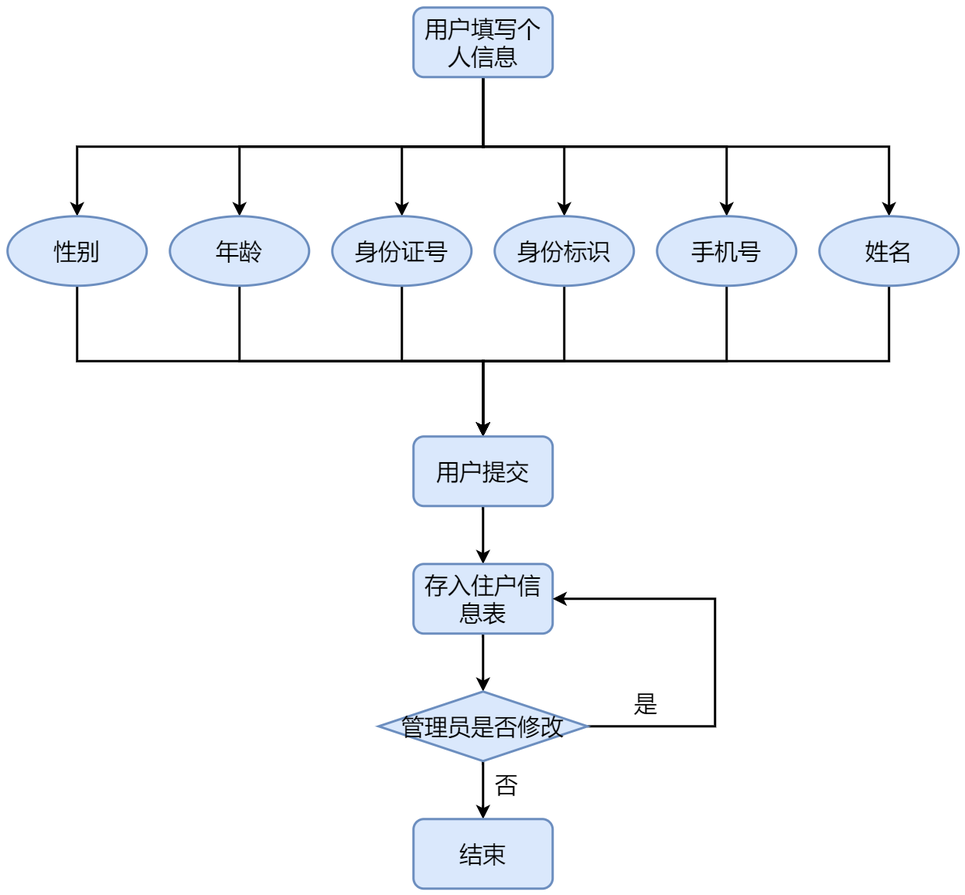
AndSonder/smart-hotel-database keeps this draw.io diagram as docs/src/个人信息.png. Above is the earlier version. Source tidied: cells renumbered, new cells last; positions are measured from the earlier drawing's top-left corner, leaving out a move shared by most shapes.
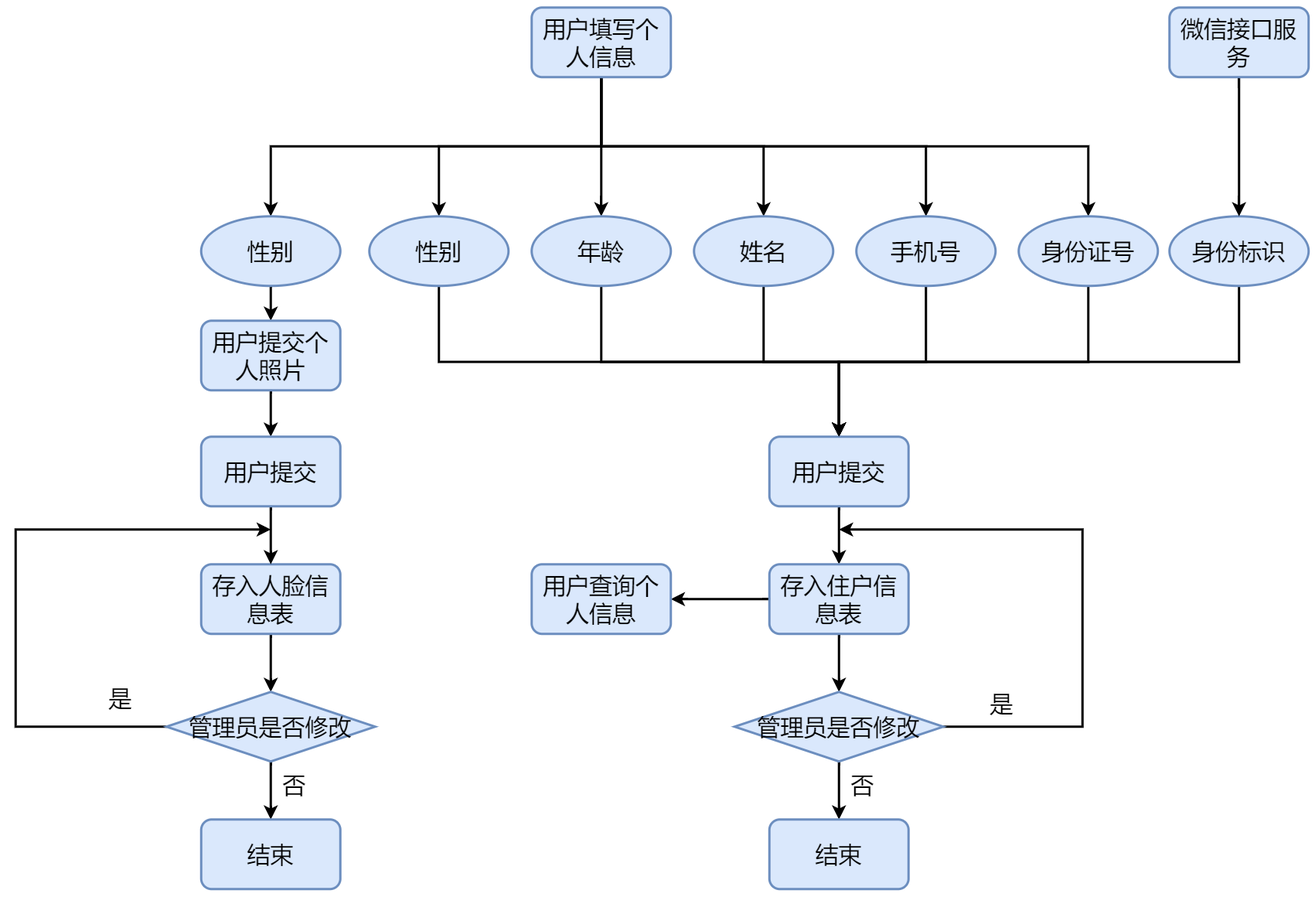
Later version of the same file.

The edit, as a diff of the source:
```diff
@@ -5,9 +5,6 @@
     <mxCell id="2" style="edgeStyle=elbowEdgeStyle;rounded=0;jettySize=auto;elbow=vertical;html=1;exitX=0.5;exitY=1;exitDx=0;exitDy=0;strokeWidth=2;fontSize=20;" parent="1" edge="1" source="8" target="16">
       <mxGeometry relative="1" as="geometry" />
     </mxCell>
-    <mxCell id="3" style="edgeStyle=elbowEdgeStyle;rounded=0;jettySize=auto;elbow=vertical;html=1;exitX=0.5;exitY=1;exitDx=0;exitDy=0;strokeWidth=2;fontSize=20;" parent="1" edge="1" source="8" target="20">
-      <mxGeometry relative="1" as="geometry" />
-    </mxCell>
     <mxCell id="4" style="edgeStyle=elbowEdgeStyle;rounded=0;jettySize=auto;elbow=vertical;html=1;exitX=0.5;exitY=1;exitDx=0;exitDy=0;strokeWidth=2;fontSize=20;" parent="1" edge="1" source="8" target="18">
       <mxGeometry relative="1" as="geometry" />
     </mxCell>
@@ -20,79 +17,143 @@
     <mxCell id="7" style="edgeStyle=elbowEdgeStyle;rounded=0;jettySize=auto;elbow=vertical;html=1;exitX=0.5;exitY=1;exitDx=0;exitDy=0;entryX=0.5;entryY=0;entryDx=0;entryDy=0;strokeWidth=2;fontSize=20;" parent="1" edge="1" source="8" target="12">
       <mxGeometry relative="1" as="geometry" />
     </mxCell>
+    <mxCell id="31" style="edgeStyle=elbowEdgeStyle;rounded=0;jettySize=auto;html=1;exitX=0.5;exitY=1;exitDx=0;exitDy=0;fontSize=20;strokeWidth=2;elbow=vertical;entryX=0.5;entryY=0;entryDx=0;entryDy=0;" parent="1" edge="1" source="8" target="38">
+      <mxGeometry relative="1" as="geometry" />
+    </mxCell>
     <mxCell id="8" value="用户填写个人信息" style="rounded=1;whiteSpace=wrap;html=1;fillColor=#dae8fc;strokeColor=#6c8ebf;strokeWidth=2;fontSize=20;" parent="1" vertex="1">
-      <mxGeometry x="350" width="120" height="60" as="geometry" />
+      <mxGeometry x="775" y="180" width="120" height="60" as="geometry" />
     </mxCell>
     <mxCell id="9" style="edgeStyle=elbowEdgeStyle;rounded=0;jettySize=auto;elbow=vertical;html=1;exitX=0.5;exitY=1;exitDx=0;exitDy=0;entryX=0.5;entryY=0;entryDx=0;entryDy=0;strokeWidth=2;fontSize=20;" parent="1" edge="1" source="10" target="22">
       <mxGeometry relative="1" as="geometry" />
     </mxCell>
-    <mxCell id="10" value="&lt;font style=&quot;vertical-align: inherit; font-size: 20px;&quot;&gt;&lt;font style=&quot;vertical-align: inherit; font-size: 20px;&quot;&gt;&lt;font style=&quot;vertical-align: inherit; font-size: 20px;&quot;&gt;&lt;font style=&quot;vertical-align: inherit; font-size: 20px;&quot;&gt;姓名&lt;/font&gt;&lt;/font&gt;&lt;/font&gt;&lt;/font&gt;" style="ellipse;whiteSpace=wrap;html=1;fontSize=20;strokeWidth=2;fillColor=#dae8fc;strokeColor=#6c8ebf;" parent="1" vertex="1">
-      <mxGeometry x="700" y="180" width="120" height="60" as="geometry" />
+    <mxCell id="10" value="身份证号" style="ellipse;whiteSpace=wrap;html=1;fontSize=20;strokeWidth=2;fillColor=#dae8fc;strokeColor=#6c8ebf;" parent="1" vertex="1">
+      <mxGeometry x="1195" y="360" width="120" height="60" as="geometry" />
     </mxCell>
     <mxCell id="11" style="edgeStyle=elbowEdgeStyle;rounded=0;jettySize=auto;elbow=vertical;html=1;exitX=0.5;exitY=1;exitDx=0;exitDy=0;strokeWidth=2;fontSize=20;" parent="1" edge="1" source="12" target="22">
       <mxGeometry relative="1" as="geometry" />
     </mxCell>
     <mxCell id="12" value="&lt;font style=&quot;vertical-align: inherit; font-size: 20px;&quot;&gt;&lt;font style=&quot;vertical-align: inherit; font-size: 20px;&quot;&gt;&lt;font style=&quot;vertical-align: inherit; font-size: 20px;&quot;&gt;&lt;font style=&quot;vertical-align: inherit; font-size: 20px;&quot;&gt;性别&lt;/font&gt;&lt;/font&gt;&lt;/font&gt;&lt;/font&gt;" style="ellipse;whiteSpace=wrap;html=1;fontSize=20;strokeWidth=2;fillColor=#dae8fc;strokeColor=#6c8ebf;" parent="1" vertex="1">
-      <mxGeometry y="180" width="120" height="60" as="geometry" />
+      <mxGeometry x="635" y="360" width="120" height="60" as="geometry" />
     </mxCell>
     <mxCell id="13" style="edgeStyle=elbowEdgeStyle;rounded=0;jettySize=auto;elbow=vertical;html=1;exitX=0.5;exitY=1;exitDx=0;exitDy=0;entryX=0.5;entryY=0;entryDx=0;entryDy=0;strokeWidth=2;fontSize=20;" parent="1" edge="1" source="14" target="22">
       <mxGeometry relative="1" as="geometry" />
     </mxCell>
     <mxCell id="14" value="&lt;font style=&quot;vertical-align: inherit; font-size: 20px;&quot;&gt;&lt;font style=&quot;vertical-align: inherit; font-size: 20px;&quot;&gt;年龄&lt;/font&gt;&lt;/font&gt;" style="ellipse;whiteSpace=wrap;html=1;fontSize=20;strokeWidth=2;fillColor=#dae8fc;strokeColor=#6c8ebf;" parent="1" vertex="1">
-      <mxGeometry x="140" y="180" width="120" height="60" as="geometry" />
+      <mxGeometry x="775" y="360" width="120" height="60" as="geometry" />
     </mxCell>
     <mxCell id="15" style="edgeStyle=elbowEdgeStyle;rounded=0;jettySize=auto;elbow=vertical;html=1;exitX=0.5;exitY=1;exitDx=0;exitDy=0;strokeWidth=2;fontSize=20;" parent="1" edge="1" source="16" target="22">
       <mxGeometry relative="1" as="geometry" />
     </mxCell>
-    <mxCell id="16" value="&lt;font style=&quot;vertical-align: inherit; font-size: 20px;&quot;&gt;&lt;font style=&quot;vertical-align: inherit; font-size: 20px;&quot;&gt;&lt;font style=&quot;vertical-align: inherit; font-size: 20px;&quot;&gt;&lt;font style=&quot;vertical-align: inherit; font-size: 20px;&quot;&gt;&lt;font style=&quot;vertical-align: inherit; font-size: 20px;&quot;&gt;&lt;font style=&quot;vertical-align: inherit; font-size: 20px;&quot;&gt;身份证号&lt;/font&gt;&lt;/font&gt;&lt;/font&gt;&lt;/font&gt;&lt;/font&gt;&lt;/font&gt;" style="ellipse;whiteSpace=wrap;html=1;fontSize=20;strokeWidth=2;fillColor=#dae8fc;strokeColor=#6c8ebf;" parent="1" vertex="1">
-      <mxGeometry x="280" y="180" width="120" height="60" as="geometry" />
+    <mxCell id="16" value="姓名" style="ellipse;whiteSpace=wrap;html=1;fontSize=20;strokeWidth=2;fillColor=#dae8fc;strokeColor=#6c8ebf;" parent="1" vertex="1">
+      <mxGeometry x="915" y="360" width="120" height="60" as="geometry" />
     </mxCell>
     <mxCell id="17" style="edgeStyle=elbowEdgeStyle;rounded=0;jettySize=auto;elbow=vertical;html=1;exitX=0.5;exitY=1;exitDx=0;exitDy=0;entryX=0.5;entryY=0;entryDx=0;entryDy=0;strokeWidth=2;fontSize=20;" parent="1" edge="1" source="18" target="22">
       <mxGeometry relative="1" as="geometry" />
     </mxCell>
     <mxCell id="18" value="&lt;font style=&quot;vertical-align: inherit; font-size: 20px;&quot;&gt;&lt;font style=&quot;vertical-align: inherit; font-size: 20px;&quot;&gt;&lt;font style=&quot;vertical-align: inherit; font-size: 20px;&quot;&gt;&lt;font style=&quot;vertical-align: inherit; font-size: 20px;&quot;&gt;&lt;font style=&quot;vertical-align: inherit; font-size: 20px;&quot;&gt;&lt;font style=&quot;vertical-align: inherit; font-size: 20px;&quot;&gt;手机号&lt;/font&gt;&lt;/font&gt;&lt;/font&gt;&lt;/font&gt;&lt;/font&gt;&lt;/font&gt;" style="ellipse;whiteSpace=wrap;html=1;fontSize=20;strokeWidth=2;fillColor=#dae8fc;strokeColor=#6c8ebf;" parent="1" vertex="1">
-      <mxGeometry x="560" y="180" width="120" height="60" as="geometry" />
+      <mxGeometry x="1055" y="360" width="120" height="60" as="geometry" />
     </mxCell>
-    <mxCell id="19" style="edgeStyle=elbowEdgeStyle;rounded=0;jettySize=auto;elbow=vertical;html=1;exitX=0.5;exitY=1;exitDx=0;exitDy=0;entryX=0.5;entryY=0;entryDx=0;entryDy=0;strokeWidth=2;fontSize=20;" parent="1" edge="1" source="20" target="22">
-      <mxGeometry relative="1" as="geometry" />
-    </mxCell>
-    <mxCell id="20" value="&lt;font style=&quot;vertical-align: inherit; font-size: 20px;&quot;&gt;&lt;font style=&quot;vertical-align: inherit; font-size: 20px;&quot;&gt;身份标识&lt;/font&gt;&lt;/font&gt;" style="ellipse;whiteSpace=wrap;html=1;fontSize=20;strokeWidth=2;fillColor=#dae8fc;strokeColor=#6c8ebf;" parent="1" vertex="1">
-      <mxGeometry x="420" y="180" width="120" height="60" as="geometry" />
-    </mxCell>
     <mxCell id="21" style="edgeStyle=elbowEdgeStyle;rounded=0;jettySize=auto;elbow=vertical;html=1;exitX=0.5;exitY=1;exitDx=0;exitDy=0;strokeWidth=2;fontSize=20;" parent="1" edge="1" source="22" target="24">
       <mxGeometry relative="1" as="geometry" />
     </mxCell>
     <mxCell id="22" value="用户提交" style="rounded=1;whiteSpace=wrap;html=1;fillColor=#dae8fc;strokeColor=#6c8ebf;strokeWidth=2;fontSize=20;" parent="1" vertex="1">
-      <mxGeometry x="350" y="370" width="120" height="60" as="geometry" />
+      <mxGeometry x="980" y="550" width="120" height="60" as="geometry" />
     </mxCell>
     <mxCell id="23" style="edgeStyle=elbowEdgeStyle;rounded=0;jettySize=auto;elbow=vertical;html=1;exitX=0.5;exitY=1;exitDx=0;exitDy=0;entryX=0.5;entryY=0;entryDx=0;entryDy=0;strokeWidth=2;fontSize=20;" parent="1" edge="1" source="24" target="27">
       <mxGeometry relative="1" as="geometry" />
     </mxCell>
+    <mxCell id="32" style="edgeStyle=elbowEdgeStyle;rounded=0;jettySize=auto;html=1;exitX=0;exitY=0.5;exitDx=0;exitDy=0;entryX=1;entryY=0.5;entryDx=0;entryDy=0;fontSize=20;strokeWidth=2;" parent="1" edge="1" source="24" target="36">
+      <mxGeometry relative="1" as="geometry" />
+    </mxCell>
     <mxCell id="24" value="存入住户信息表" style="rounded=1;whiteSpace=wrap;html=1;fillColor=#dae8fc;strokeColor=#6c8ebf;strokeWidth=2;fontSize=20;" parent="1" vertex="1">
-      <mxGeometry x="350" y="480" width="120" height="60" as="geometry" />
+      <mxGeometry x="980" y="660" width="120" height="60" as="geometry" />
     </mxCell>
     <mxCell id="25" style="edgeStyle=elbowEdgeStyle;rounded=0;jettySize=auto;elbow=vertical;html=1;exitX=0.5;exitY=1;exitDx=0;exitDy=0;entryX=0.5;entryY=0;entryDx=0;entryDy=0;strokeWidth=2;fontSize=20;" parent="1" edge="1" source="27" target="28">
       <mxGeometry relative="1" as="geometry" />
     </mxCell>
-    <mxCell id="26" style="edgeStyle=elbowEdgeStyle;rounded=0;jettySize=auto;elbow=vertical;html=1;exitX=1;exitY=0.5;exitDx=0;exitDy=0;entryX=1;entryY=0.5;entryDx=0;entryDy=0;strokeWidth=2;fontSize=20;" parent="1" edge="1" source="27" target="24">
-      <mxGeometry relative="1" as="geometry">
-        <Array as="points">
-          <mxPoint x="610" y="570" />
-          <mxPoint x="640" y="570" />
-        </Array>
-      </mxGeometry>
-    </mxCell>
+    <mxCell id="33" style="edgeStyle=elbowEdgeStyle;rounded=0;jettySize=auto;html=1;exitX=1;exitY=0.5;exitDx=0;exitDy=0;entryX=1;entryY=0.5;entryDx=0;entryDy=0;fontSize=20;strokeWidth=2;" parent="1" edge="1" source="27">
+      <mxGeometry relative="1" as="geometry">
+        <mxPoint x="1040" y="630" as="targetPoint" />
+        <Array as="points">
+          <mxPoint x="1250" y="710" />
+          <mxPoint x="1310" y="730" />
+        </Array>
+      </mxGeometry>
+    </mxCell>
     <mxCell id="27" value="管理员是否修改" style="rhombus;whiteSpace=wrap;html=1;fillColor=#dae8fc;strokeColor=#6c8ebf;strokeWidth=2;fontSize=20;" parent="1" vertex="1">
-      <mxGeometry x="320" y="590" width="180" height="60" as="geometry" />
+      <mxGeometry x="950" y="770" width="180" height="60" as="geometry" />
     </mxCell>
     <mxCell id="28" value="结束" style="rounded=1;whiteSpace=wrap;html=1;fillColor=#dae8fc;strokeColor=#6c8ebf;strokeWidth=2;fontSize=20;" parent="1" vertex="1">
-      <mxGeometry x="350" y="700" width="120" height="60" as="geometry" />
+      <mxGeometry x="980" y="880" width="120" height="60" as="geometry" />
     </mxCell>
     <mxCell id="29" value="是" style="text;html=1;align=center;verticalAlign=middle;strokeColor=none;strokeWidth=2;fontSize=20;" parent="1" vertex="1">
-      <mxGeometry x="530" y="585" width="40" height="30" as="geometry" />
+      <mxGeometry x="1160" y="765" width="40" height="30" as="geometry" />
     </mxCell>
     <mxCell id="30" value="否" style="text;html=1;align=center;verticalAlign=middle;strokeColor=none;fontSize=20;" parent="1" vertex="1">
-      <mxGeometry x="410" y="655" width="40" height="30" as="geometry" />
+      <mxGeometry x="1040" y="835" width="40" height="30" as="geometry" />
     </mxCell>
+    <mxCell id="19" style="edgeStyle=elbowEdgeStyle;rounded=0;jettySize=auto;elbow=vertical;html=1;exitX=0.5;exitY=1;exitDx=0;exitDy=0;entryX=0.5;entryY=0;entryDx=0;entryDy=0;fontSize=20;strokeWidth=2;" parent="1" edge="1" source="20" target="22">
+      <mxGeometry relative="1" as="geometry" />
+    </mxCell>
+    <mxCell id="20" value="&lt;font style=&quot;vertical-align: inherit ; font-size: 20px&quot;&gt;&lt;font style=&quot;vertical-align: inherit ; font-size: 20px&quot;&gt;&lt;font style=&quot;vertical-align: inherit ; font-size: 20px&quot;&gt;&lt;font style=&quot;vertical-align: inherit ; font-size: 20px&quot;&gt;身份标识&lt;/font&gt;&lt;/font&gt;&lt;/font&gt;&lt;/font&gt;" style="ellipse;whiteSpace=wrap;html=1;fontSize=20;strokeWidth=2;fillColor=#dae8fc;strokeColor=#6c8ebf;" parent="1" vertex="1">
+      <mxGeometry x="1325" y="360" width="120" height="60" as="geometry" />
+    </mxCell>
+    <mxCell id="34" style="edgeStyle=elbowEdgeStyle;rounded=0;jettySize=auto;elbow=vertical;html=1;exitX=0.5;exitY=1;exitDx=0;exitDy=0;entryX=0.5;entryY=0;entryDx=0;entryDy=0;fontSize=20;strokeWidth=2;" parent="1" edge="1" source="35" target="20">
+      <mxGeometry relative="1" as="geometry" />
+    </mxCell>
+    <mxCell id="35" value="微信接口服务" style="rounded=1;whiteSpace=wrap;html=1;fillColor=#dae8fc;strokeColor=#6c8ebf;strokeWidth=2;fontSize=20;" parent="1" vertex="1">
+      <mxGeometry x="1325" y="180" width="120" height="60" as="geometry" />
+    </mxCell>
+    <mxCell id="36" value="用户查询个人信息" style="rounded=1;whiteSpace=wrap;html=1;fillColor=#dae8fc;strokeColor=#6c8ebf;strokeWidth=2;fontSize=20;" parent="1" vertex="1">
+      <mxGeometry x="775" y="660" width="120" height="60" as="geometry" />
+    </mxCell>
+    <mxCell id="37" style="edgeStyle=elbowEdgeStyle;rounded=0;jettySize=auto;elbow=vertical;html=1;exitX=0.5;exitY=1;exitDx=0;exitDy=0;fontSize=20;strokeWidth=2;" parent="1" edge="1" source="38" target="40">
+      <mxGeometry relative="1" as="geometry" />
+    </mxCell>
+    <mxCell id="38" value="&lt;font style=&quot;vertical-align: inherit; font-size: 20px;&quot;&gt;&lt;font style=&quot;vertical-align: inherit; font-size: 20px;&quot;&gt;&lt;font style=&quot;vertical-align: inherit; font-size: 20px;&quot;&gt;&lt;font style=&quot;vertical-align: inherit; font-size: 20px;&quot;&gt;性别&lt;/font&gt;&lt;/font&gt;&lt;/font&gt;&lt;/font&gt;" style="ellipse;whiteSpace=wrap;html=1;fontSize=20;strokeWidth=2;fillColor=#dae8fc;strokeColor=#6c8ebf;" parent="1" vertex="1">
+      <mxGeometry x="490" y="360" width="120" height="60" as="geometry" />
+    </mxCell>
+    <mxCell id="39" style="edgeStyle=elbowEdgeStyle;rounded=0;jettySize=auto;elbow=vertical;html=1;exitX=0.5;exitY=1;exitDx=0;exitDy=0;entryX=0.5;entryY=0;entryDx=0;entryDy=0;fontSize=20;strokeWidth=2;" parent="1" edge="1" source="40" target="49">
+      <mxGeometry relative="1" as="geometry" />
+    </mxCell>
+    <mxCell id="40" value="用户提交个人照片" style="rounded=1;whiteSpace=wrap;html=1;fillColor=#dae8fc;strokeColor=#6c8ebf;strokeWidth=2;fontSize=20;" parent="1" vertex="1">
+      <mxGeometry x="490" y="450" width="120" height="60" as="geometry" />
+    </mxCell>
+    <mxCell id="41" style="edgeStyle=elbowEdgeStyle;rounded=0;jettySize=auto;elbow=vertical;html=1;exitX=0.5;exitY=1;exitDx=0;exitDy=0;entryX=0.5;entryY=0;entryDx=0;entryDy=0;strokeWidth=2;fontSize=20;" parent="1" edge="1" source="42" target="45">
+      <mxGeometry relative="1" as="geometry" />
+    </mxCell>
+    <mxCell id="42" value="存入人脸信息表" style="rounded=1;whiteSpace=wrap;html=1;fillColor=#dae8fc;strokeColor=#6c8ebf;strokeWidth=2;fontSize=20;" parent="1" vertex="1">
+      <mxGeometry x="490" y="660" width="120" height="60" as="geometry" />
+    </mxCell>
+    <mxCell id="43" style="edgeStyle=elbowEdgeStyle;rounded=0;jettySize=auto;elbow=vertical;html=1;exitX=0.5;exitY=1;exitDx=0;exitDy=0;entryX=0.5;entryY=0;entryDx=0;entryDy=0;strokeWidth=2;fontSize=20;" parent="1" edge="1" source="45" target="46">
+      <mxGeometry relative="1" as="geometry" />
+    </mxCell>
+    <mxCell id="44" style="edgeStyle=elbowEdgeStyle;rounded=0;jettySize=auto;html=1;exitX=0;exitY=0.5;exitDx=0;exitDy=0;entryX=0;entryY=0.5;entryDx=0;entryDy=0;fontSize=20;strokeWidth=2;" parent="1" edge="1" source="45">
+      <mxGeometry relative="1" as="geometry">
+        <mxPoint x="550" y="630" as="targetPoint" />
+        <Array as="points">
+          <mxPoint x="330" y="710" />
+          <mxPoint x="310" y="710" />
+        </Array>
+      </mxGeometry>
+    </mxCell>
+    <mxCell id="45" value="管理员是否修改" style="rhombus;whiteSpace=wrap;html=1;fillColor=#dae8fc;strokeColor=#6c8ebf;strokeWidth=2;fontSize=20;" parent="1" vertex="1">
+      <mxGeometry x="460" y="770" width="180" height="60" as="geometry" />
+    </mxCell>
+    <mxCell id="46" value="结束" style="rounded=1;whiteSpace=wrap;html=1;fillColor=#dae8fc;strokeColor=#6c8ebf;strokeWidth=2;fontSize=20;" parent="1" vertex="1">
+      <mxGeometry x="490" y="880" width="120" height="60" as="geometry" />
+    </mxCell>
+    <mxCell id="47" value="否" style="text;html=1;align=center;verticalAlign=middle;strokeColor=none;fontSize=20;" parent="1" vertex="1">
+      <mxGeometry x="550" y="835" width="40" height="30" as="geometry" />
+    </mxCell>
+    <mxCell id="48" style="edgeStyle=elbowEdgeStyle;rounded=0;jettySize=auto;elbow=vertical;html=1;exitX=0.5;exitY=1;exitDx=0;exitDy=0;entryX=0.5;entryY=0;entryDx=0;entryDy=0;fontSize=20;strokeWidth=2;" parent="1" edge="1" source="49" target="42">
+      <mxGeometry relative="1" as="geometry" />
+    </mxCell>
+    <mxCell id="49" value="用户提交" style="rounded=1;whiteSpace=wrap;html=1;fillColor=#dae8fc;strokeColor=#6c8ebf;strokeWidth=2;fontSize=20;" parent="1" vertex="1">
+      <mxGeometry x="490" y="550" width="120" height="60" as="geometry" />
+    </mxCell>
+    <mxCell id="50" value="是" style="text;html=1;align=center;verticalAlign=middle;strokeColor=none;strokeWidth=2;fontSize=20;" parent="1" vertex="1">
+      <mxGeometry x="400" y="760" width="40" height="30" as="geometry" />
+    </mxCell>
   </root>
 </mxGraphModel>
```
